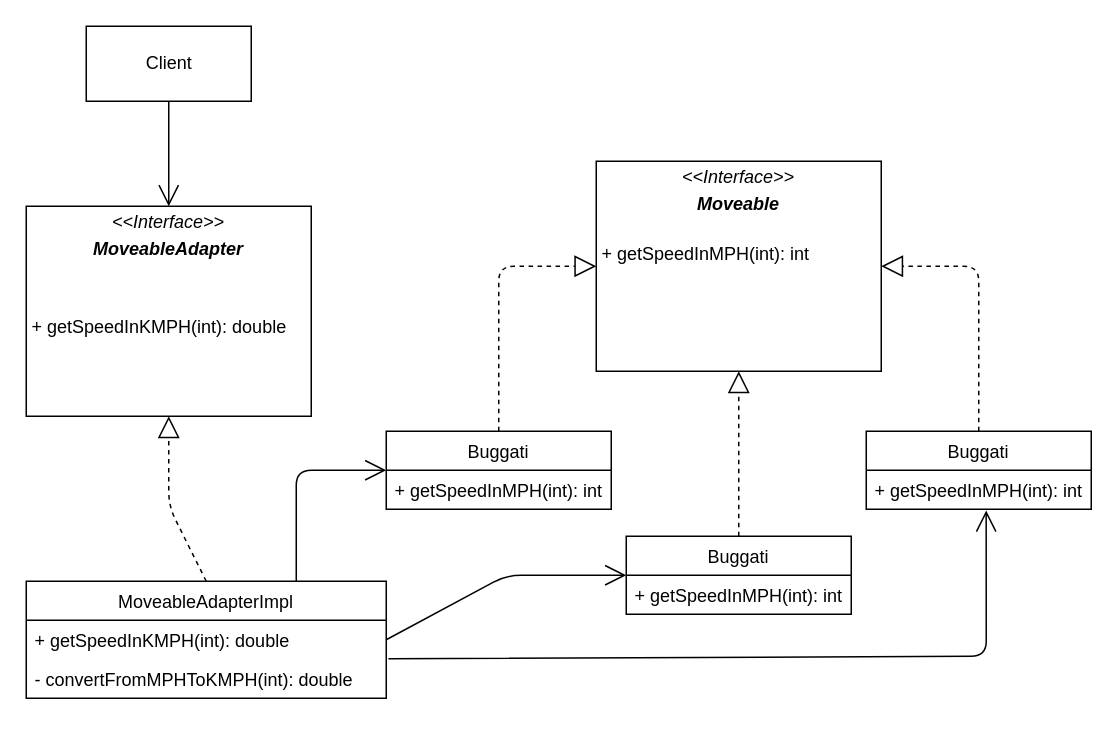
This is src/org/nbk/designpattern/structural/adapter/adapter.drawio from naveenkulkarni029/designpatternpractices, a draw.io file, before an edit. Source tidied: cells renumbered, new cells numbered last; positions are measured from the earlier drawing's top-left corner, leaving out a move shared by most shapes. Both pictures are drawn from the tidied source at 150%, with x=0, y=0 at pixel (26, 26).
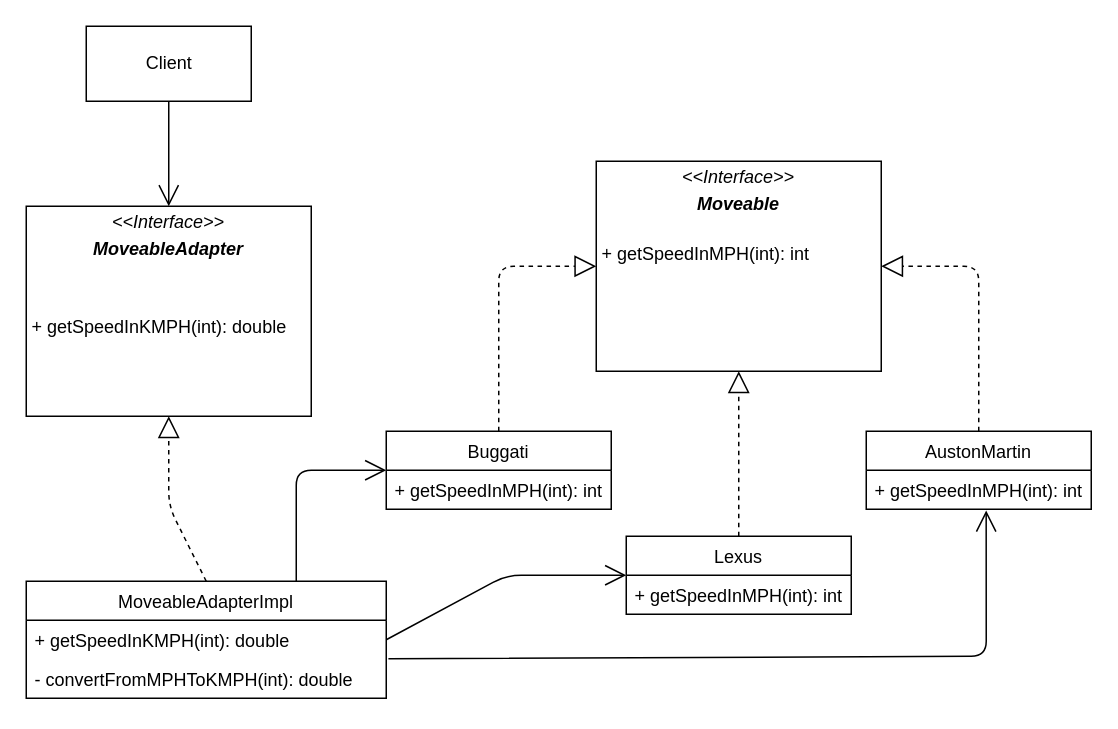
Above is the later version.

What changed in the source:
```diff
@@
-    <mxCell id="9" value="Buggati" style="swimlane;fontStyle=0;horizontal=1;startSize=26;fillColor=none;" parent="1" vertex="1">
+    <mxCell id="9" value="Lexus" style="swimlane;fontStyle=0;horizontal=1;startSize=26;fillColor=none;" parent="1" vertex="1">
       <mxGeometry x="400" y="340" width="150" height="52" as="geometry" />
     </mxCell>
@@
-    <mxCell id="11" value="Buggati" style="swimlane;fontStyle=0;horizontal=1;startSize=26;fillColor=none;" parent="1" vertex="1">
+    <mxCell id="11" value="AustonMartin" style="swimlane;fontStyle=0;horizontal=1;startSize=26;fillColor=none;" parent="1" vertex="1">
       <mxGeometry x="560" y="270" width="150" height="52" as="geometry" />
     </mxCell>
```
